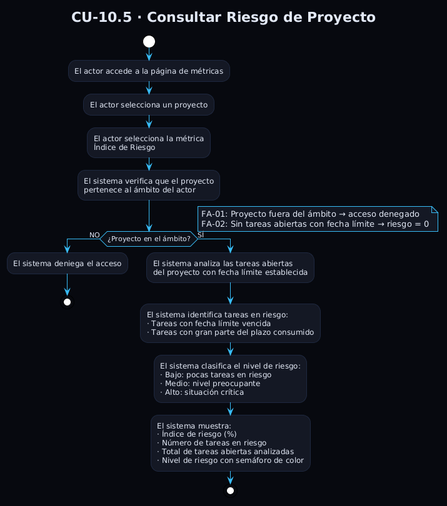
ceesargaarcia/GII-TFG-2026 keeps this PlantUML diagram as Estudiantes/cesar-garcia-eguiguren/Capítulo-2/imagenes/CdU/metricas/flujoCU10.5.png. Above is the earlier version. The source it was exported from:
```plantuml
@startuml
!theme plain
skinparam backgroundColor #07090F
skinparam defaultFontColor #E2E8F5
skinparam ArrowColor #38BDF8
skinparam ActivityBorderColor #1E2840
skinparam ActivityBackgroundColor #141824
skinparam ActivityDiamondBackgroundColor #0D1018
skinparam ActivityDiamondBorderColor #38BDF8
skinparam NoteBackgroundColor #141824
skinparam NoteBorderColor #38BDF8
title CU-10.5 · Consultar Riesgo de Proyecto

start
:El actor accede a la página de métricas;
:El actor selecciona un proyecto;
:El actor selecciona la métrica
Índice de Riesgo;
:El sistema verifica que el proyecto
pertenece al ámbito del actor;

if (¿Proyecto en el ámbito?) then (NO)
  :El sistema deniega el acceso;
  stop
else (SÍ)
  :El sistema analiza las tareas abiertas
  del proyecto con fecha límite establecida;

  :El sistema identifica tareas en riesgo:
  · Tareas con fecha límite vencida
  · Tareas con gran parte del plazo consumido;

  :El sistema clasifica el nivel de riesgo:
  · Bajo: pocas tareas en riesgo
  · Medio: nivel preocupante
  · Alto: situación crítica;

  :El sistema muestra:
  · Índice de riesgo (%)
  · Número de tareas en riesgo
  · Total de tareas abiertas analizadas
  · Nivel de riesgo con semáforo de color;
  stop
endif

note right
  FA-01: Proyecto fuera del ámbito → acceso denegado
  FA-02: Sin tareas abiertas con fecha límite → riesgo = 0
end note
@enduml
```
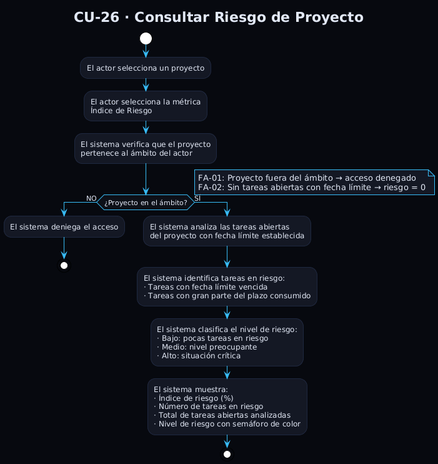
Above is the later version.

Diff of the diagram source:
```diff
@@ -9,10 +9,9 @@
 skinparam ActivityDiamondBorderColor #38BDF8
 skinparam NoteBackgroundColor #141824
 skinparam NoteBorderColor #38BDF8
-title CU-10.5 · Consultar Riesgo de Proyecto
+title CU-26 · Consultar Riesgo de Proyecto
 
 start
-:El actor accede a la página de métricas;
 :El actor selecciona un proyecto;
 :El actor selecciona la métrica
 Índice de Riesgo;
```
